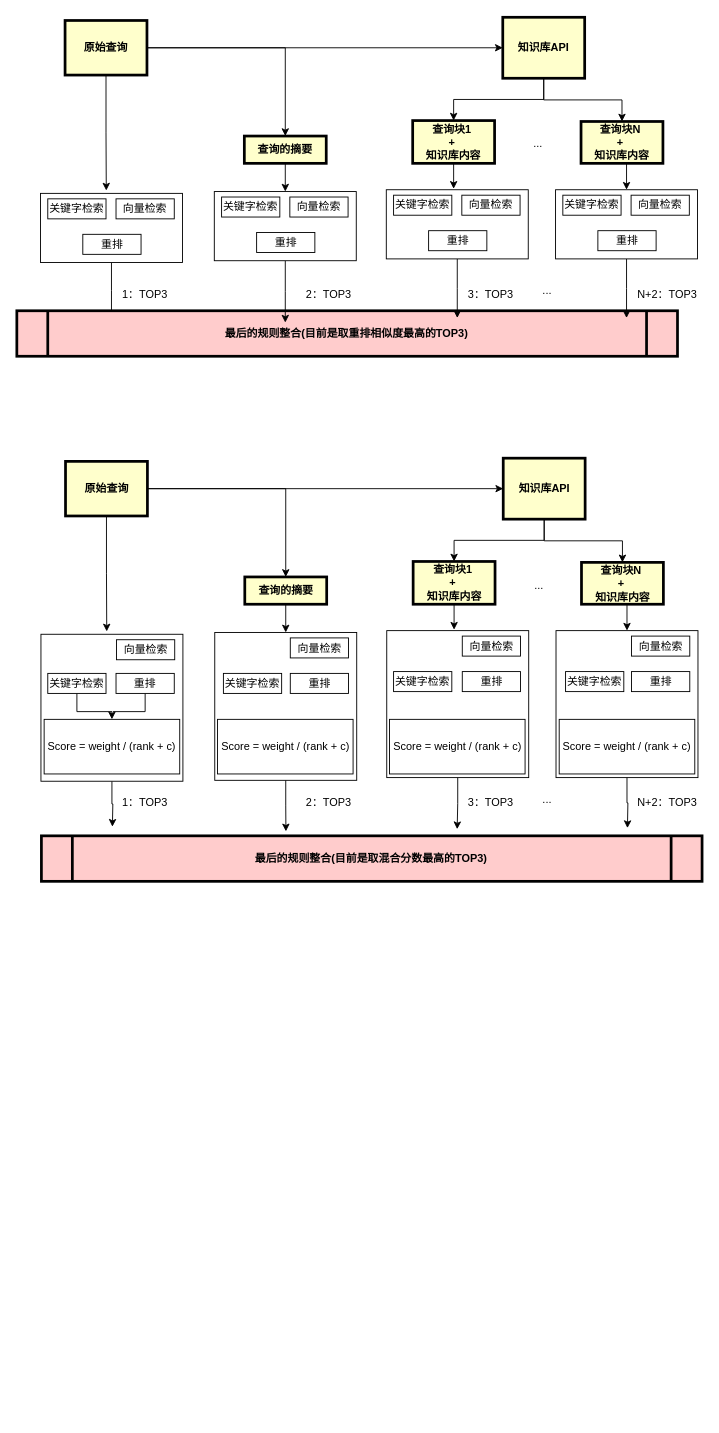
The draw.io diagram process.drawio in liweizhen111/GIt-GitHub_Note, before the edit. Source tidied: cells renumbered, new cells numbered last; positions are measured from the earlier drawing's top-left corner, leaving out a move shared by most shapes. Both pictures are drawn from the tidied source at 91%, with x=0, y=0 at pixel (16, 16).
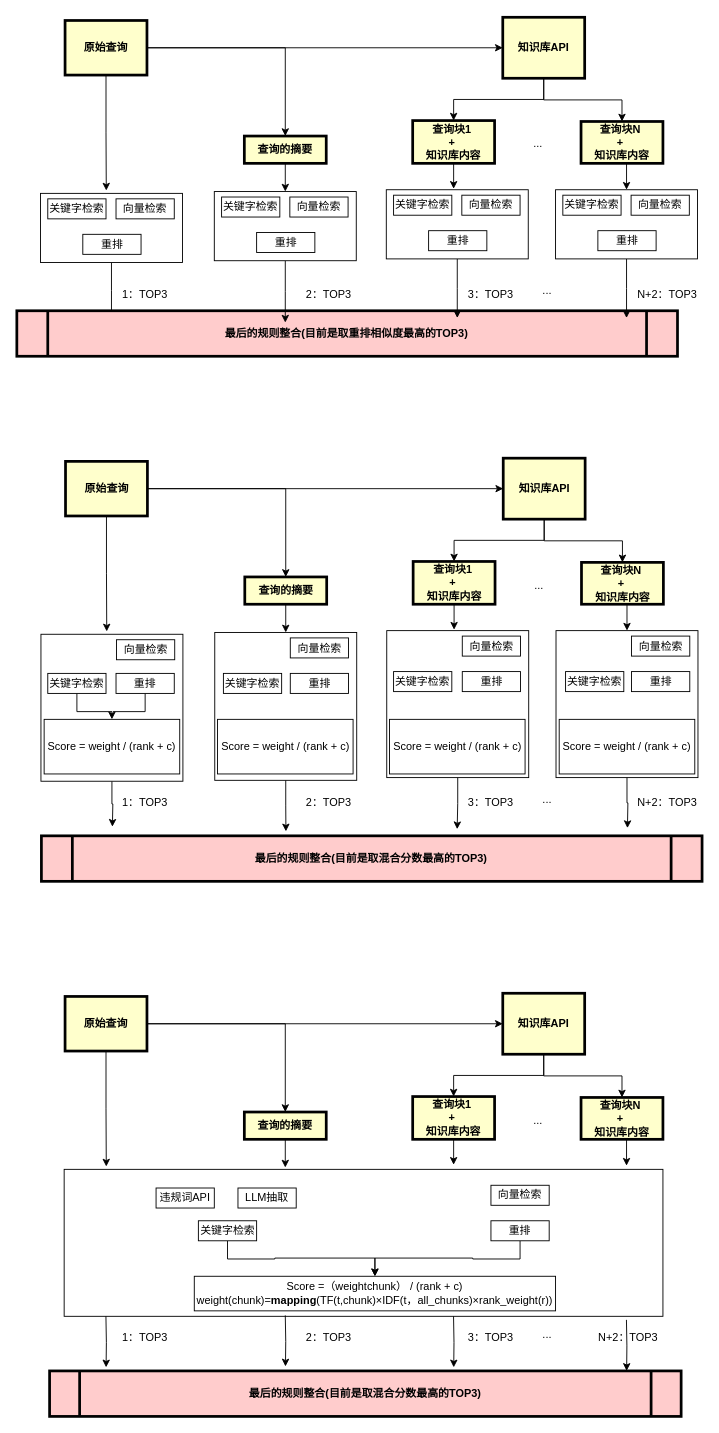
The same page after the edit.

What changed in the source:
```diff
@@
+    <mxCell id="91" style="rounded=0;whiteSpace=wrap;html=1;" parent="1" vertex="1">
+      <mxGeometry x="52" y="1266.5" width="658" height="161.5" as="geometry" />
+    </mxCell>
+    <mxCell id="92" style="edgeStyle=orthogonalEdgeStyle;rounded=0;jettySize=auto;html=1;exitX=1;exitY=0.5;exitDx=0;exitDy=0;entryX=0.5;entryY=0;entryDx=0;entryDy=0;" parent="1" edge="1" source="95" target="103">
+      <mxGeometry relative="1" as="geometry" />
+    </mxCell>
+    <mxCell id="93" style="edgeStyle=orthogonalEdgeStyle;rounded=0;jettySize=auto;html=1;exitX=0.5;exitY=1;exitDx=0;exitDy=0;" parent="1" edge="1" source="95">
+      <mxGeometry relative="1" as="geometry">
+        <mxPoint x="98.3" y="1263.4" as="targetPoint" />
+      </mxGeometry>
+    </mxCell>
+    <mxCell id="94" style="edgeStyle=orthogonalEdgeStyle;rounded=0;jettySize=auto;html=1;" parent="1" edge="1" source="95" target="111">
+      <mxGeometry relative="1" as="geometry" />
+    </mxCell>
+    <mxCell id="95" value="原始查询" style="whiteSpace=wrap;align=center;verticalAlign=middle;fontStyle=1;strokeWidth=3;fillColor=#FFFFCC;" parent="1" vertex="1">
+      <mxGeometry x="53" y="1076.5" width="90" height="60" as="geometry" />
+    </mxCell>
+    <mxCell id="96" value="最后的规则整合(目前是取混合分数最高的TOP3)" style="shape=process;whiteSpace=wrap;align=center;verticalAlign=middle;size=0.0475;fontStyle=1;strokeWidth=3;fillColor=#FFCCCC;" parent="1" vertex="1">
+      <mxGeometry x="36" y="1488" width="694" height="50" as="geometry" />
+    </mxCell>
+    <mxCell id="97" style="edgeStyle=orthogonalEdgeStyle;rounded=0;jettySize=auto;html=1;exitX=0.5;exitY=1;exitDx=0;exitDy=0;entryX=0.5;entryY=0;entryDx=0;entryDy=0;" parent="1" edge="1" source="98" target="118">
+      <mxGeometry relative="1" as="geometry" />
+    </mxCell>
+    <mxCell id="98" value="关键字检索" style="rounded=0;whiteSpace=wrap;html=1;" parent="1" vertex="1">
+      <mxGeometry x="199.5" y="1323" width="64" height="22" as="geometry" />
+    </mxCell>
+    <mxCell id="99" value="向量检索" style="rounded=0;whiteSpace=wrap;html=1;" parent="1" vertex="1">
+      <mxGeometry x="521" y="1284" width="64" height="22" as="geometry" />
+    </mxCell>
+    <mxCell id="100" style="edgeStyle=orthogonalEdgeStyle;rounded=0;jettySize=auto;html=1;exitX=0.5;exitY=1;exitDx=0;exitDy=0;entryX=0.5;entryY=0;entryDx=0;entryDy=0;" parent="1" edge="1" source="101" target="118">
+      <mxGeometry relative="1" as="geometry" />
+    </mxCell>
+    <mxCell id="101" value="重排" style="rounded=0;whiteSpace=wrap;html=1;" parent="1" vertex="1">
+      <mxGeometry x="521" y="1323" width="64" height="22" as="geometry" />
+    </mxCell>
+    <mxCell id="102" style="edgeStyle=orthogonalEdgeStyle;rounded=0;jettySize=auto;html=1;exitX=0.5;exitY=1;exitDx=0;exitDy=0;entryX=0.5;entryY=0;entryDx=0;entryDy=0;" parent="1" edge="1" source="103">
+      <mxGeometry relative="1" as="geometry">
+        <mxPoint x="295" y="1264.5" as="targetPoint" />
+      </mxGeometry>
+    </mxCell>
+    <mxCell id="103" value="查询的摘要" style="whiteSpace=wrap;align=center;verticalAlign=middle;fontStyle=1;strokeWidth=3;fillColor=#FFFFCC;" parent="1" vertex="1">
+      <mxGeometry x="250" y="1203.5" width="90" height="30" as="geometry" />
+    </mxCell>
+    <mxCell id="104" style="edgeStyle=orthogonalEdgeStyle;rounded=0;orthogonalLoop=1;jettySize=auto;html=1;exitX=0.5;exitY=1;exitDx=0;exitDy=0;" parent="1" edge="1">
+      <mxGeometry relative="1" as="geometry">
+        <mxPoint x="295" y="1427" as="sourcePoint" />
+        <mxPoint x="295.2" y="1483.1" as="targetPoint" />
+      </mxGeometry>
+    </mxCell>
+    <mxCell id="105" style="edgeStyle=orthogonalEdgeStyle;rounded=0;jettySize=auto;html=1;exitX=0.5;exitY=1;exitDx=0;exitDy=0;" parent="1" edge="1" source="106">
+      <mxGeometry relative="1" as="geometry">
+        <mxPoint x="480" y="1261.5" as="targetPoint" />
+      </mxGeometry>
+    </mxCell>
+    <mxCell id="106" value="查询块1 &#10;+ &#10;知识库内容" style="whiteSpace=wrap;align=center;verticalAlign=middle;fontStyle=1;strokeWidth=3;fillColor=#FFFFCC;" parent="1" vertex="1">
+      <mxGeometry x="435" y="1186.5" width="90" height="47" as="geometry" />
+    </mxCell>
+    <mxCell id="107" style="edgeStyle=orthogonalEdgeStyle;rounded=0;jettySize=auto;html=1;exitX=0.5;exitY=1;exitDx=0;exitDy=0;entryX=0.5;entryY=0;entryDx=0;entryDy=0;" parent="1" edge="1" source="108">
+      <mxGeometry relative="1" as="geometry">
+        <mxPoint x="670" y="1262.5" as="targetPoint" />
+      </mxGeometry>
+    </mxCell>
+    <mxCell id="108" value="查询块N &#10;+ &#10;知识库内容" style="whiteSpace=wrap;align=center;verticalAlign=middle;fontStyle=1;strokeWidth=3;fillColor=#FFFFCC;" parent="1" vertex="1">
+      <mxGeometry x="620" y="1187.5" width="90" height="46" as="geometry" />
+    </mxCell>
+    <mxCell id="109" style="edgeStyle=orthogonalEdgeStyle;rounded=0;jettySize=auto;html=1;exitX=0.5;exitY=1;exitDx=0;exitDy=0;entryX=0.5;entryY=0;entryDx=0;entryDy=0;" parent="1" edge="1" source="111" target="106">
+      <mxGeometry relative="1" as="geometry" />
+    </mxCell>
+    <mxCell id="110" style="edgeStyle=orthogonalEdgeStyle;rounded=0;jettySize=auto;html=1;exitX=0.5;exitY=1;exitDx=0;exitDy=0;entryX=0.5;entryY=0;entryDx=0;entryDy=0;" parent="1" edge="1" source="111" target="108">
+      <mxGeometry relative="1" as="geometry" />
+    </mxCell>
+    <mxCell id="111" value="知识库API" style="whiteSpace=wrap;align=center;verticalAlign=middle;fontStyle=1;strokeWidth=3;fillColor=#FFFFCC;" parent="1" vertex="1">
+      <mxGeometry x="534" y="1073" width="90" height="67" as="geometry" />
+    </mxCell>
+    <mxCell id="112" value="1：TOP3" style="text;html=1;align=center;verticalAlign=middle;whiteSpace=wrap;rounded=0;" parent="1" vertex="1">
+      <mxGeometry x="110.5" y="1437" width="60" height="30" as="geometry" />
+    </mxCell>
+    <mxCell id="113" value="2：TOP3" style="text;html=1;align=center;verticalAlign=middle;whiteSpace=wrap;rounded=0;" parent="1" vertex="1">
+      <mxGeometry x="312.5" y="1437" width="60" height="30" as="geometry" />
+    </mxCell>
+    <mxCell id="114" value="3：TOP3" style="text;html=1;align=center;verticalAlign=middle;whiteSpace=wrap;rounded=0;" parent="1" vertex="1">
+      <mxGeometry x="490.5" y="1437" width="60" height="30" as="geometry" />
+    </mxCell>
+    <mxCell id="115" value="..." style="text;html=1;align=center;verticalAlign=middle;whiteSpace=wrap;rounded=0;" parent="1" vertex="1">
+      <mxGeometry x="543" y="1197.5" width="60" height="30" as="geometry" />
+    </mxCell>
+    <mxCell id="116" value="N+2：TOP3" style="text;html=1;align=center;verticalAlign=middle;whiteSpace=wrap;rounded=0;" parent="1" vertex="1">
+      <mxGeometry x="634" y="1437" width="76" height="30" as="geometry" />
+    </mxCell>
+    <mxCell id="117" value="..." style="text;html=1;align=center;verticalAlign=middle;whiteSpace=wrap;rounded=0;" parent="1" vertex="1">
+      <mxGeometry x="552.5" y="1433" width="60" height="30" as="geometry" />
+    </mxCell>
+    <mxCell id="118" value="&lt;font&gt;Score =（weight&lt;font&gt;chunk&lt;/font&gt;） / (rank + c)&lt;/font&gt;&lt;div&gt;&lt;font&gt;&lt;span style=&quot;text-align: start;&quot; class=&quot;ne-text&quot;&gt;weight(chunk)=&lt;/span&gt;&lt;strong style=&quot;text-align: start;&quot;&gt;&lt;span class=&quot;ne-text&quot;&gt;mapping&lt;/span&gt;&lt;/strong&gt;&lt;span style=&quot;text-align: start;&quot; class=&quot;ne-text&quot;&gt;(TF(t,chunk)×IDF(t，all_chunks)×rank_weight(r))&lt;/span&gt;&lt;/font&gt;&lt;/div&gt;" style="rounded=0;whiteSpace=wrap;html=1;" parent="1" vertex="1">
+      <mxGeometry x="195" y="1384" width="397" height="38" as="geometry" />
+    </mxCell>
+    <mxCell id="119" value="违规词API" style="rounded=0;whiteSpace=wrap;html=1;" parent="1" vertex="1">
+      <mxGeometry x="153" y="1287" width="64" height="22" as="geometry" />
+    </mxCell>
+    <mxCell id="120" value="LLM抽取" style="rounded=0;whiteSpace=wrap;html=1;" parent="1" vertex="1">
+      <mxGeometry x="243" y="1287" width="64" height="22" as="geometry" />
+    </mxCell>
+    <mxCell id="121" style="edgeStyle=orthogonalEdgeStyle;rounded=0;orthogonalLoop=1;jettySize=auto;html=1;exitX=0.5;exitY=1;exitDx=0;exitDy=0;" parent="1" edge="1">
+      <mxGeometry relative="1" as="geometry">
+        <mxPoint x="97.9" y="1428" as="sourcePoint" />
+        <mxPoint x="98.1" y="1484.1" as="targetPoint" />
+      </mxGeometry>
+    </mxCell>
+    <mxCell id="122" style="edgeStyle=orthogonalEdgeStyle;rounded=0;orthogonalLoop=1;jettySize=auto;html=1;exitX=0.5;exitY=1;exitDx=0;exitDy=0;" parent="1" edge="1">
+      <mxGeometry relative="1" as="geometry">
+        <mxPoint x="479.9" y="1428" as="sourcePoint" />
+        <mxPoint x="480.1" y="1484.1" as="targetPoint" />
+      </mxGeometry>
+    </mxCell>
+    <mxCell id="123" style="edgeStyle=orthogonalEdgeStyle;rounded=0;orthogonalLoop=1;jettySize=auto;html=1;exitX=0.5;exitY=1;exitDx=0;exitDy=0;" parent="1" edge="1">
+      <mxGeometry relative="1" as="geometry">
+        <mxPoint x="669.9" y="1431.9" as="sourcePoint" />
+        <mxPoint x="670.1" y="1488" as="targetPoint" />
+      </mxGeometry>
+    </mxCell>
```
